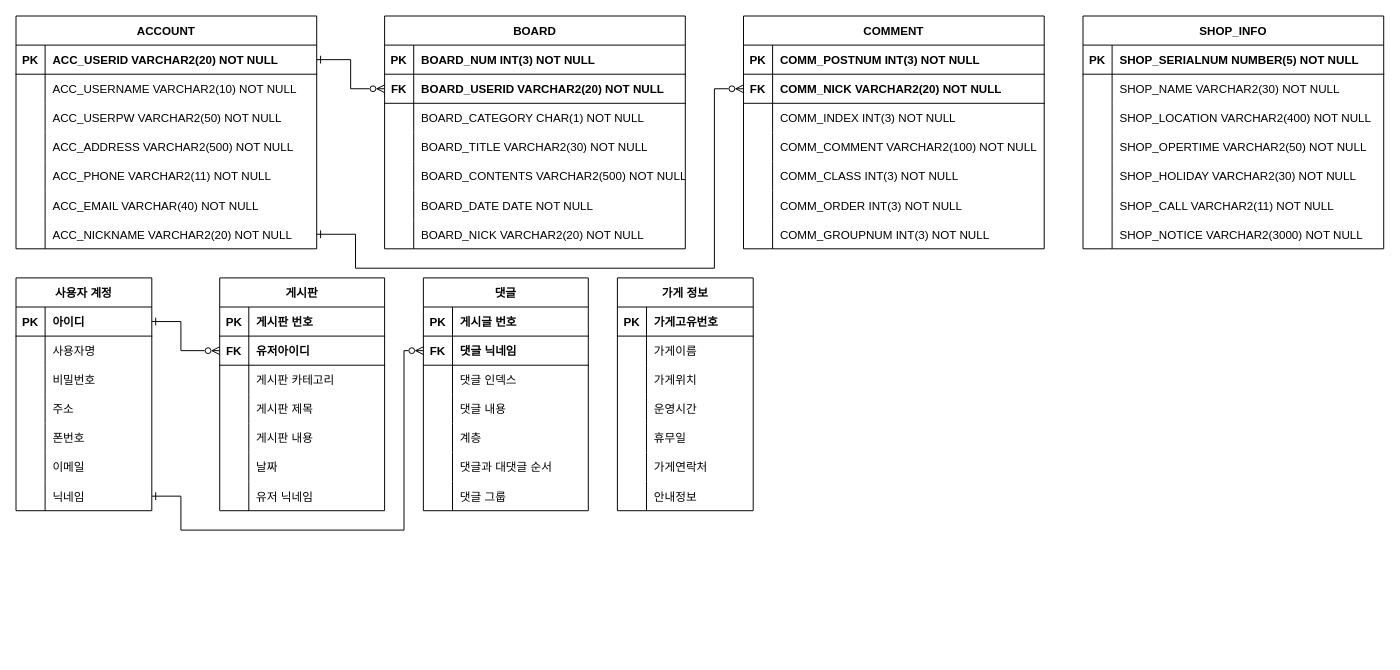
The draw.io diagram page "ENGLISH" (1 of 2) of ERD_capstone.drawio in jgy2808/TERM_Project, before the edit. Source tidied: cells renumbered, new cells numbered last; positions are measured from the earlier drawing's top-left corner, leaving out a move shared by most shapes. Both pictures are drawn from the tidied source at 97%, with x=0, y=0 at pixel (16, 16).
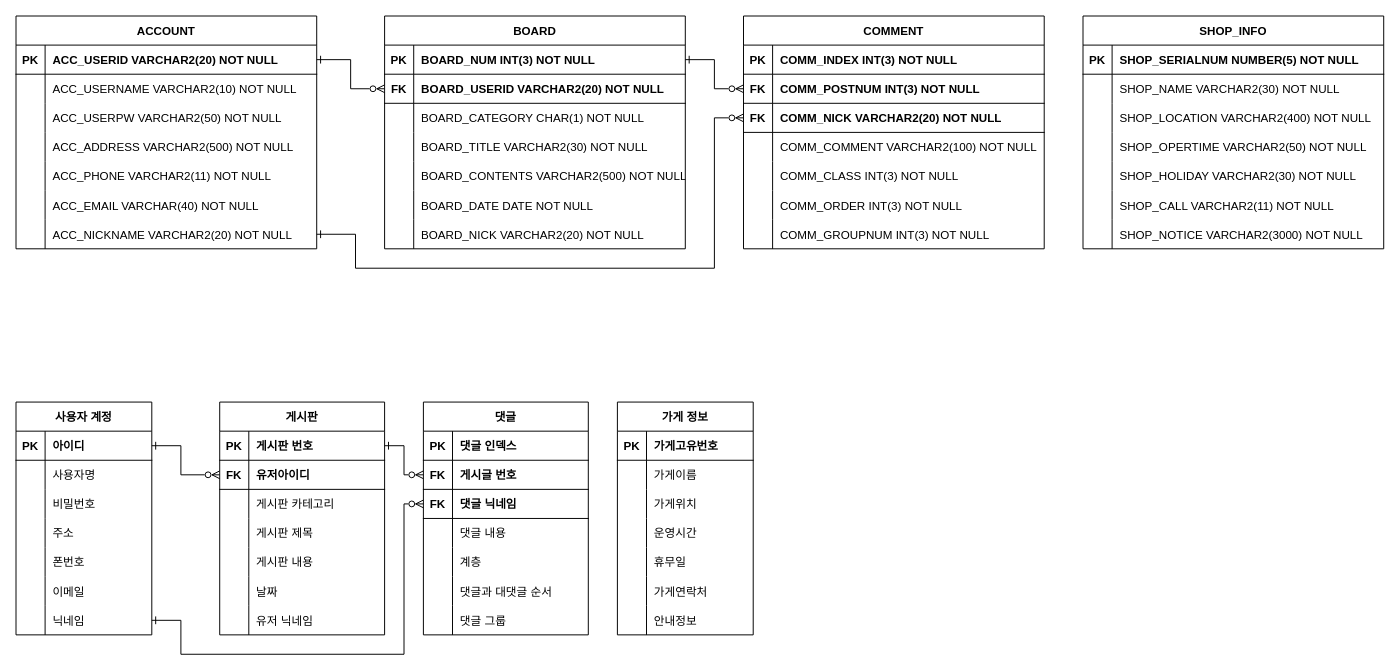
After the change.

Unchanged cells that the change refers to:
```xml
<mxCell id="21" style="shape=partialRectangle;fillColor=none;points=[[0,0.5],[1,0.5]];portConstraint=eastwest;top=0;left=0;right=0;bottom=0;" parent="2" vertex="1">
  <mxGeometry y="210" width="310" height="30" as="geometry" />
</mxCell>
<mxCell id="25" style="shape=partialRectangle;fillColor=none;points=[[0,0.5],[1,0.5]];portConstraint=eastwest;top=0;left=0;right=0;bottom=1;" parent="24" vertex="1">
  <mxGeometry y="30" width="310" height="30" as="geometry" />
</mxCell>
<mxCell id="69" value="COMMENT" style="shape=table;startSize=30;childLayout=tableLayout;rowLines=0;fontStyle=1;align=center;" parent="1" vertex="1">
  <mxGeometry x="750" width="310" height="240" as="geometry" />
</mxCell>
<mxCell id="70" style="shape=partialRectangle;fillColor=none;top=0;left=0;right=0;bottom=1;" parent="69" vertex="1">
  <mxGeometry y="30" width="310" height="30" as="geometry" />
</mxCell>
<mxCell id="73" style="shape=partialRectangle;fillColor=none;points=[[0,0.5],[1,0.5]];portConstraint=eastwest;top=0;left=0;right=0;bottom=1;" parent="69" vertex="1">
  <mxGeometry y="60" width="310" height="30" as="geometry" />
</mxCell>
<mxCell id="93" style="shape=partialRectangle;fillColor=none;points=[[0,0.5],[1,0.5]];portConstraint=eastwest;top=0;left=0;right=0;bottom=1;" parent="92" vertex="1">
  <mxGeometry y="30" width="140" height="30" as="geometry" />
</mxCell>
<mxCell id="111" style="shape=partialRectangle;fillColor=none;points=[[0,0.5],[1,0.5]];portConstraint=eastwest;top=0;left=0;right=0;bottom=0;" parent="92" vertex="1">
  <mxGeometry y="210" width="140" height="30" as="geometry" />
</mxCell>
<mxCell id="115" style="shape=partialRectangle;fillColor=none;points=[[0,0.5],[1,0.5]];portConstraint=eastwest;top=0;left=0;right=0;bottom=1;" parent="114" vertex="1">
  <mxGeometry y="30" width="170" height="30" as="geometry" />
</mxCell>
<mxCell id="118" style="shape=partialRectangle;fillColor=none;points=[[0,0.5],[1,0.5]];portConstraint=eastwest;top=0;left=0;right=0;bottom=1;" parent="114" vertex="1">
  <mxGeometry y="60" width="170" height="30" as="geometry" />
</mxCell>
<mxCell id="160" style="shape=partialRectangle;fillColor=none;top=0;left=0;right=0;bottom=1;" parent="159" vertex="1">
  <mxGeometry y="30" width="170" height="30" as="geometry" />
</mxCell>
<mxCell id="163" style="shape=partialRectangle;fillColor=none;points=[[0,0.5],[1,0.5]];portConstraint=eastwest;top=0;left=0;right=0;bottom=1;" parent="159" vertex="1">
  <mxGeometry y="60" width="170" height="30" as="geometry" />
</mxCell>
```

Change to the diagram source:
```diff
@@
-    <mxCell id="72" value="COMM_POSTNUM INT(3) NOT NULL" style="shape=partialRectangle;overflow=hidden;fillColor=none;top=0;left=0;bottom=0;right=0;align=left;spacingLeft=6;fontStyle=1;" parent="70" vertex="1">
+    <mxCell id="72" value="COMM_INDEX INT(3) NOT NULL" style="shape=partialRectangle;overflow=hidden;fillColor=none;top=0;left=0;bottom=0;right=0;align=left;spacingLeft=6;fontStyle=1;" parent="70" vertex="1">
       <mxGeometry x="30" width="280" height="30" as="geometry" />
     </mxCell>
@@
-    <mxCell id="75" value="COMM_NICK VARCHAR2(20) NOT NULL" style="shape=partialRectangle;overflow=hidden;fillColor=none;top=0;left=0;bottom=0;right=0;align=left;spacingLeft=6;fontStyle=1;" parent="73" vertex="1">
+    <mxCell id="75" value="COMM_POSTNUM INT(3) NOT NULL" style="shape=partialRectangle;overflow=hidden;fillColor=none;top=0;left=0;bottom=0;right=0;align=left;spacingLeft=6;fontStyle=1;" parent="73" vertex="1">
       <mxGeometry x="30" width="280" height="30" as="geometry" />
     </mxCell>
-    <mxCell id="76" style="shape=partialRectangle;fillColor=none;top=0;left=0;right=0;bottom=0;" parent="69" vertex="1">
-      <mxGeometry y="90" width="310" height="30" as="geometry" />
-    </mxCell>
-    <mxCell id="77" style="shape=partialRectangle;overflow=hidden;fillColor=none;top=0;left=0;bottom=0;right=0;" parent="76" vertex="1">
-      <mxGeometry width="30" height="30" as="geometry" />
-    </mxCell>
-    <mxCell id="78" value="COMM_INDEX INT(3) NOT NULL" style="shape=partialRectangle;overflow=hidden;fillColor=none;top=0;left=0;bottom=0;right=0;align=left;spacingLeft=6;" parent="76" vertex="1">
-      <mxGeometry x="30" width="280" height="30" as="geometry" />
-    </mxCell>
+    <mxCell id="182" style="shape=partialRectangle;fillColor=none;points=[[0,0.5],[1,0.5]];portConstraint=eastwest;top=0;left=0;right=0;bottom=1;" parent="69" vertex="1">
+      <mxGeometry y="90" width="310" height="30" as="geometry" />
+    </mxCell>
+    <mxCell id="183" value="FK" style="shape=partialRectangle;overflow=hidden;fillColor=none;top=0;left=0;bottom=0;right=0;fontStyle=1;" parent="182" vertex="1">
+      <mxGeometry width="30" height="30" as="geometry" />
+    </mxCell>
+    <mxCell id="184" value="COMM_NICK VARCHAR2(20) NOT NULL" style="shape=partialRectangle;overflow=hidden;fillColor=none;top=0;left=0;bottom=0;right=0;align=left;spacingLeft=6;fontStyle=1;" parent="182" vertex="1">
+      <mxGeometry x="30" width="280" height="30" as="geometry" />
+    </mxCell>
@@
-    <mxCell id="91" style="edgeStyle=orthogonalEdgeStyle;rounded=0;jettySize=auto;html=1;exitX=1;exitY=0.5;exitDx=0;exitDy=0;entryX=0;entryY=0.5;entryDx=0;entryDy=0;endArrow=ERzeroToMany;endFill=0;startArrow=ERone;startFill=0;" parent="1" edge="1" source="21" target="73">
+    <mxCell id="91" style="edgeStyle=orthogonalEdgeStyle;rounded=0;jettySize=auto;html=1;exitX=1;exitY=0.5;exitDx=0;exitDy=0;entryX=0;entryY=0.5;entryDx=0;entryDy=0;endArrow=ERzeroToMany;endFill=0;startArrow=ERone;startFill=0;" parent="1" edge="1" source="21" target="182">
       <mxGeometry relative="1" as="geometry">
         <Array as="points">
           <mxPoint x="350" y="225" />
           <mxPoint x="350" y="260" />
           <mxPoint x="720" y="260" />
-          <mxPoint x="720" y="75" />
+          <mxPoint x="720" y="105" />
         </Array>
       </mxGeometry>
     </mxCell>
     <mxCell id="92" value="사용자 계정" style="shape=table;startSize=30;childLayout=tableLayout;rowLines=0;fontStyle=1;align=center;" parent="1" vertex="1">
-      <mxGeometry y="270" width="140" height="240" as="geometry" />
+      <mxGeometry y="398" width="140" height="240" as="geometry" />
     </mxCell>
@@
     <mxCell id="114" value="게시판" style="shape=table;startSize=30;childLayout=tableLayout;rowLines=0;fontStyle=1;align=center;" parent="1" vertex="1">
-      <mxGeometry x="210" y="270" width="170" height="240" as="geometry" />
+      <mxGeometry x="210" y="398" width="170" height="240" as="geometry" />
     </mxCell>
@@
     <mxCell id="136" value="가게 정보" style="shape=table;startSize=30;childLayout=tableLayout;rowLines=0;fontStyle=1;align=center;" parent="1" vertex="1">
-      <mxGeometry x="620" y="270" width="140" height="240" as="geometry" />
+      <mxGeometry x="620" y="398" width="140" height="240" as="geometry" />
     </mxCell>
@@
     <mxCell id="158" style="edgeStyle=orthogonalEdgeStyle;rounded=0;jettySize=auto;html=1;exitX=1;exitY=0.5;exitDx=0;exitDy=0;entryX=0;entryY=0.5;entryDx=0;entryDy=0;endArrow=ERzeroToMany;endFill=0;startArrow=ERone;startFill=0;" parent="1" edge="1" source="93" target="118">
       <mxGeometry relative="1" as="geometry">
         <Array as="points">
-          <mxPoint x="170" y="315" />
-          <mxPoint x="170" y="345" />
+          <mxPoint x="170" y="443" />
+          <mxPoint x="170" y="473" />
         </Array>
       </mxGeometry>
     </mxCell>
     <mxCell id="159" value="댓글" style="shape=table;startSize=30;childLayout=tableLayout;rowLines=0;fontStyle=1;align=center;" parent="1" vertex="1">
-      <mxGeometry x="420" y="270" width="170" height="240" as="geometry" />
+      <mxGeometry x="420" y="398" width="170" height="240" as="geometry" />
     </mxCell>
@@
-    <mxCell id="162" value="게시글 번호" style="shape=partialRectangle;overflow=hidden;fillColor=none;top=0;left=0;bottom=0;right=0;align=left;spacingLeft=6;fontStyle=1;" parent="160" vertex="1">
+    <mxCell id="162" value="댓글 인덱스" style="shape=partialRectangle;overflow=hidden;fillColor=none;top=0;left=0;bottom=0;right=0;align=left;spacingLeft=6;fontStyle=1;" parent="160" vertex="1">
       <mxGeometry x="30" width="140" height="30" as="geometry" />
     </mxCell>
@@
-    <mxCell id="165" value="댓글 닉네임" style="shape=partialRectangle;overflow=hidden;fillColor=none;top=0;left=0;bottom=0;right=0;align=left;spacingLeft=6;fontStyle=1;" parent="163" vertex="1">
+    <mxCell id="165" value="게시글 번호" style="shape=partialRectangle;overflow=hidden;fillColor=none;top=0;left=0;bottom=0;right=0;align=left;spacingLeft=6;fontStyle=1;" parent="163" vertex="1">
       <mxGeometry x="30" width="140" height="30" as="geometry" />
     </mxCell>
-    <mxCell id="166" style="shape=partialRectangle;fillColor=none;top=0;left=0;right=0;bottom=0;" parent="159" vertex="1">
-      <mxGeometry y="90" width="170" height="30" as="geometry" />
-    </mxCell>
-    <mxCell id="167" style="shape=partialRectangle;overflow=hidden;fillColor=none;top=0;left=0;bottom=0;right=0;" parent="166" vertex="1">
-      <mxGeometry width="30" height="30" as="geometry" />
-    </mxCell>
-    <mxCell id="168" value="댓글 인덱스" style="shape=partialRectangle;overflow=hidden;fillColor=none;top=0;left=0;bottom=0;right=0;align=left;spacingLeft=6;" parent="166" vertex="1">
-      <mxGeometry x="30" width="140" height="30" as="geometry" />
-    </mxCell>
+    <mxCell id="185" style="shape=partialRectangle;fillColor=none;points=[[0,0.5],[1,0.5]];portConstraint=eastwest;top=0;left=0;right=0;bottom=1;" parent="159" vertex="1">
+      <mxGeometry y="90" width="170" height="30" as="geometry" />
+    </mxCell>
+    <mxCell id="186" value="FK" style="shape=partialRectangle;overflow=hidden;fillColor=none;top=0;left=0;bottom=0;right=0;fontStyle=1;" parent="185" vertex="1">
+      <mxGeometry width="30" height="30" as="geometry" />
+    </mxCell>
+    <mxCell id="187" value="댓글 닉네임" style="shape=partialRectangle;overflow=hidden;fillColor=none;top=0;left=0;bottom=0;right=0;align=left;spacingLeft=6;fontStyle=1;" parent="185" vertex="1">
+      <mxGeometry x="30" width="140" height="30" as="geometry" />
+    </mxCell>
@@
-    <mxCell id="181" style="edgeStyle=orthogonalEdgeStyle;rounded=0;jettySize=auto;html=1;exitX=1;exitY=0.5;exitDx=0;exitDy=0;entryX=0;entryY=0.5;entryDx=0;entryDy=0;endArrow=ERzeroToMany;endFill=0;startArrow=ERone;startFill=0;" parent="1" edge="1" source="111" target="163">
+    <mxCell id="181" style="edgeStyle=orthogonalEdgeStyle;rounded=0;jettySize=auto;html=1;exitX=1;exitY=0.5;exitDx=0;exitDy=0;endArrow=ERzeroToMany;endFill=0;startArrow=ERone;startFill=0;entryX=0;entryY=0.5;entryDx=0;entryDy=0;" parent="1" edge="1" source="111" target="185">
       <mxGeometry relative="1" as="geometry">
         <Array as="points">
-          <mxPoint x="170" y="495" />
-          <mxPoint x="170" y="530" />
-          <mxPoint x="400" y="530" />
-          <mxPoint x="400" y="345" />
+          <mxPoint x="170" y="623" />
+          <mxPoint x="170" y="658" />
+          <mxPoint x="400" y="658" />
+          <mxPoint x="400" y="503" />
         </Array>
       </mxGeometry>
     </mxCell>
+    <mxCell id="188" style="edgeStyle=orthogonalEdgeStyle;rounded=0;jettySize=auto;html=1;startArrow=ERone;startFill=0;endArrow=ERzeroToMany;endFill=0;" parent="1" edge="1" source="25" target="73">
+      <mxGeometry relative="1" as="geometry" />
+    </mxCell>
+    <mxCell id="189" style="edgeStyle=orthogonalEdgeStyle;rounded=0;jettySize=auto;html=1;entryX=0;entryY=0.5;entryDx=0;entryDy=0;startArrow=ERone;startFill=0;endArrow=ERzeroToMany;endFill=0;" parent="1" edge="1" source="115" target="163">
+      <mxGeometry relative="1" as="geometry" />
+    </mxCell>
```
